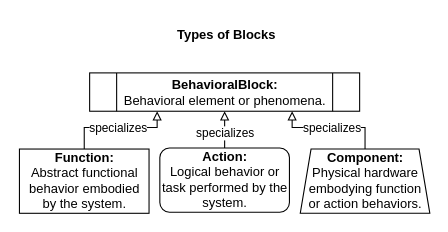
Before: docs-source/figures/frdl/primitives/blocks.drawio in nasa/fmdtools, a draw.io diagram. Source tidied: cells renumbered, new cells numbered last; positions are measured from the earlier drawing's top-left corner, leaving out a move shared by most shapes. Both pictures are drawn from the tidied source at 108%, with x=0, y=0 at pixel (19, 18).
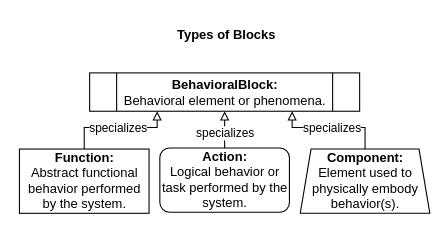
After the change.

Change to the diagram source:
```diff
@@
 <mxGraphModel>
   <root>
     <mxCell id="0" />
     <mxCell id="1" parent="0" />
     <mxCell id="2" value="specializes" style="edgeStyle=orthogonalEdgeStyle;rounded=0;jettySize=auto;html=1;exitX=0.5;exitY=0;exitDx=0;exitDy=0;entryX=0.25;entryY=1;entryDx=0;entryDy=0;endArrow=block;endFill=0;" parent="1" edge="1" source="3" target="6">
       <mxGeometry relative="1" as="geometry" />
     </mxCell>
-    <mxCell id="3" value="&lt;b&gt;Function:&lt;/b&gt;&lt;br&gt;Abstract functional behavior embodied by the system." style="rounded=0;whiteSpace=wrap;html=1;" parent="1" vertex="1">
+    <mxCell id="3" value="&lt;b&gt;Function:&lt;/b&gt;&lt;br&gt;Abstract functional behavior performed by the system." style="rounded=0;whiteSpace=wrap;html=1;" parent="1" vertex="1">
       <mxGeometry x="-0.5" y="120.5" width="120" height="59.5" as="geometry" />
     </mxCell>
     <mxCell id="4" value="specializes" style="edgeStyle=orthogonalEdgeStyle;rounded=0;jettySize=auto;html=1;exitX=0.5;exitY=0;exitDx=0;exitDy=0;endArrow=block;endFill=0;" parent="1" edge="1" source="5" target="6">
       <mxGeometry x="0.13" relative="1" as="geometry" />
     </mxCell>
     <mxCell id="5" value="&lt;b&gt;Action: &lt;br&gt;&lt;/b&gt;Logical behavior or task performed by the system." style="rounded=1;whiteSpace=wrap;html=1;" parent="1" vertex="1">
       <mxGeometry x="129.5" y="119.5" width="120" height="59.5" as="geometry" />
     </mxCell>
     <mxCell id="6" value="&lt;b&gt;BehavioralBlock:&lt;/b&gt;&lt;br&gt;Behavioral element or phenomena." style="shape=process;whiteSpace=wrap;html=1;backgroundOutline=1;" parent="1" vertex="1">
       <mxGeometry x="64.5" y="50" width="250" height="35.5" as="geometry" />
     </mxCell>
     <mxCell id="7" value="specializes" style="edgeStyle=orthogonalEdgeStyle;rounded=0;jettySize=auto;html=1;exitX=0.5;exitY=0;exitDx=0;exitDy=0;entryX=0.75;entryY=1;entryDx=0;entryDy=0;endArrow=block;endFill=0;" parent="1" edge="1" source="8" target="6">
       <mxGeometry relative="1" as="geometry" />
     </mxCell>
-    <mxCell id="8" value="&lt;b&gt;Component:&lt;/b&gt;&lt;br&gt;Physical hardware embodying function or&amp;nbsp;action behaviors." style="shape=trapezoid;perimeter=trapezoidPerimeter;whiteSpace=wrap;html=1;fixedSize=1;size=10;" parent="1" vertex="1">
+    <mxCell id="8" value="&lt;b&gt;Component:&lt;/b&gt;&lt;br&gt;Element used to physically embody behavior(s)." style="shape=trapezoid;perimeter=trapezoidPerimeter;whiteSpace=wrap;html=1;fixedSize=1;size=10;" parent="1" vertex="1">
       <mxGeometry x="259.5" y="120.5" width="120" height="59.5" as="geometry" />
     </mxCell>
     <mxCell id="9" value="&lt;b&gt;Types of Blocks&lt;/b&gt;" style="text;html=1;strokeColor=none;fillColor=none;align=center;verticalAlign=middle;whiteSpace=wrap;rounded=0;" parent="1" vertex="1">
       <mxGeometry x="143.5" width="95" height="30" as="geometry" />
     </mxCell>
   </root>
 </mxGraphModel>
```
